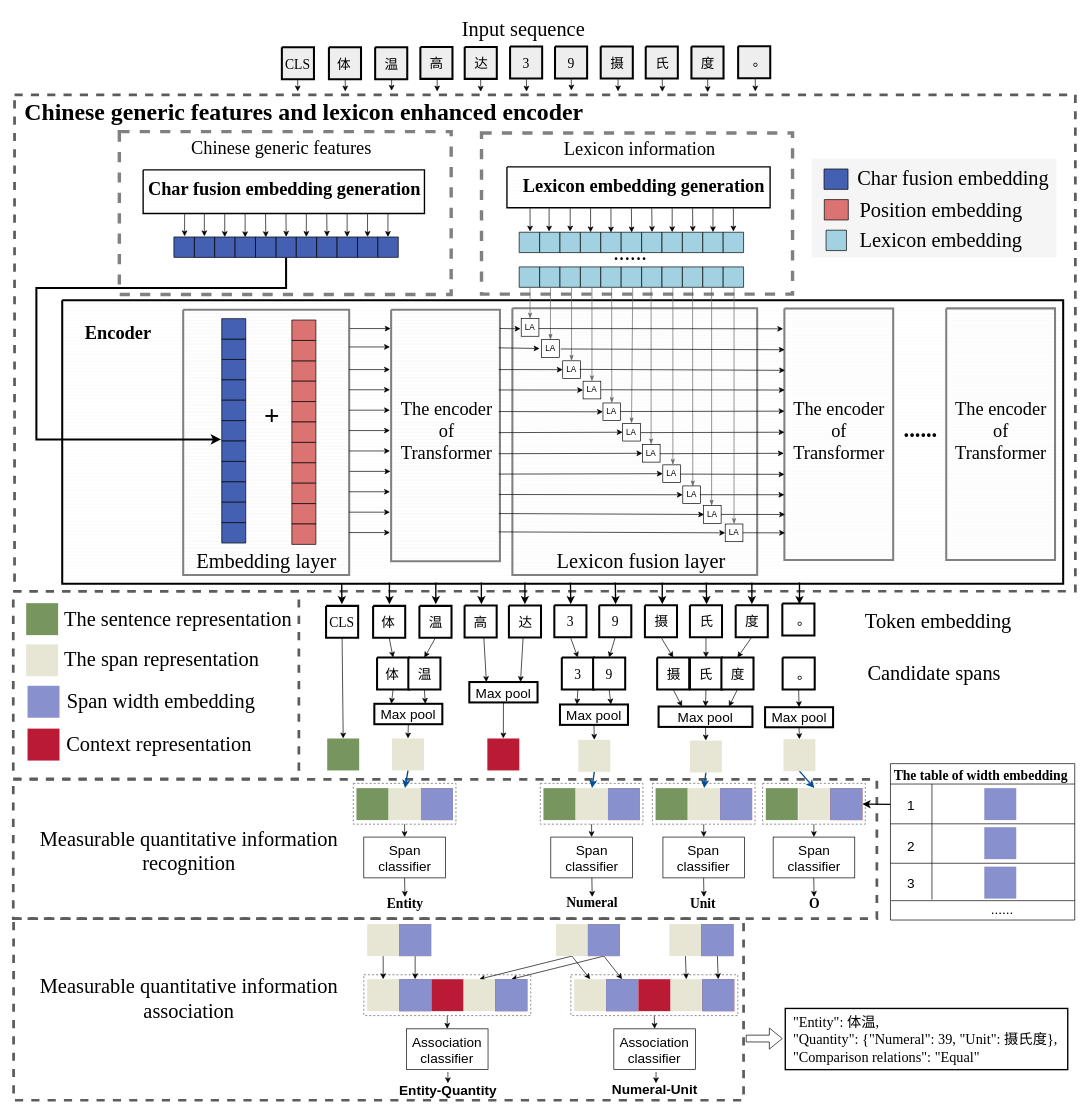
This is page "第 1 页" (1 of 5) of SCLert_model.drawio from JJackMoO/Jackert_draw, a draw.io file, before an edit. Source tidied: cells renumbered, new cells numbered last; positions are measured from the earlier drawing's top-left corner, leaving out a move shared by most shapes. Both pictures are drawn from the tidied source at 68%, with x=0, y=0 at pixel (13, 12).
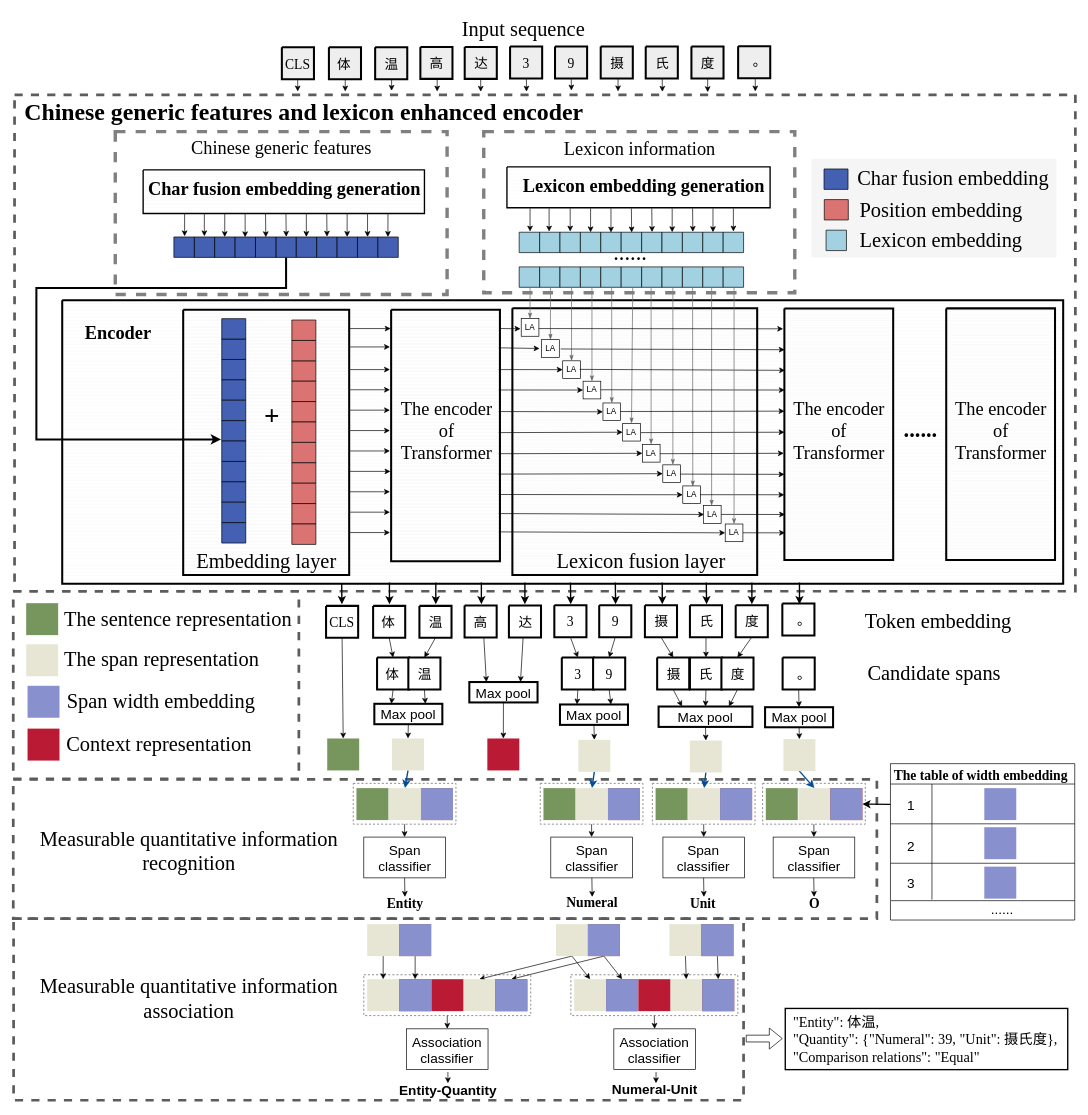
The same page after the edit.

The change refers to these unchanged cells:
```xml
<mxCell id="333" style="group;" parent="1" vertex="1">
  <mxGeometry x="1174" y="209" width="378" height="734" as="geometry" />
</mxCell>
```

Diff of the diagram source:
```diff
@@
-    <mxCell id="186" style="verticalLabelPosition=bottom;verticalAlign=top;html=1;shape=mxgraph.basic.rect;fillColor2=none;strokeWidth=5;size=20;indent=5;shadow=0;sketch=0;fillStyle=auto;fontFamily=Times New Roman;fontSize=27;fillColor=none;gradientDirection=north;dashed=1;fontColor=#333333;strokeColor=#808080;" parent="1" vertex="1">
-      <mxGeometry x="156" y="176" width="488" height="239.5" as="geometry" />
-    </mxCell>
@@
-    <mxCell id="188" style="verticalLabelPosition=bottom;verticalAlign=top;html=1;shape=mxgraph.basic.patternFillRect;fillStyle=hor;step=5;fillStrokeWidth=0.2;fillStrokeColor=#dddddd;shadow=0;sketch=0;fontFamily=Times New Roman;fontSize=27;strokeColor=#808080;strokeWidth=3;fillColor=none;gradientColor=#ffffff;gradientDirection=north;" parent="1" vertex="1">
+    <mxCell id="188" style="verticalLabelPosition=bottom;verticalAlign=top;html=1;shape=mxgraph.basic.patternFillRect;fillStyle=hor;step=5;fillStrokeWidth=0.2;fillStrokeColor=#dddddd;shadow=0;sketch=0;fontFamily=Times New Roman;fontSize=27;strokeWidth=3;fillColor=none;gradientDirection=north;" parent="1" vertex="1">
       <mxGeometry x="734" y="435.9" width="360" height="392.1" as="geometry" />
     </mxCell>
-    <mxCell id="189" style="group;" parent="1" vertex="1">
-      <mxGeometry x="726" y="228" width="445.6" height="188" as="geometry" />
-    </mxCell>
-    <mxCell id="190" style="verticalLabelPosition=bottom;verticalAlign=top;html=1;shape=mxgraph.basic.patternFillRect;fillStyle=hor;step=5;fillStrokeWidth=0.2;fillStrokeColor=#dddddd;shadow=0;sketch=0;strokeColor=#000000;gradientColor=#ffffff;gradientDirection=north;fillColor=none;strokeWidth=2;" parent="189" vertex="1">
-      <mxGeometry width="387" height="60" as="geometry" />
-    </mxCell>
-    <mxCell id="191" value="&lt;p&gt;&lt;b style=&quot;font-family: &amp;quot;Times New Roman&amp;quot;; font-size: 27px;&quot;&gt;Lexicon embedding generation&lt;/b&gt;&lt;br&gt;&lt;/p&gt;" style="text;html=1;align=center;verticalAlign=middle;fillColor=none;strokeColor=none;rounded=0;shadow=0;dashed=1;sketch=0;fillStyle=auto;" parent="189" vertex="1">
-      <mxGeometry x="10.6" y="-6" width="380" height="70" as="geometry" />
-    </mxCell>
-    <mxCell id="192" style="verticalLabelPosition=bottom;verticalAlign=top;html=1;shape=mxgraph.basic.rect;fillColor2=none;strokeWidth=5;size=20;indent=5;shadow=0;sketch=0;fillStyle=auto;fontFamily=Times New Roman;fontSize=27;fillColor=none;gradientDirection=north;dashed=1;fontColor=#333333;strokeColor=#808080;" parent="189" vertex="1">
-      <mxGeometry x="-37.4" y="-50" width="457.4" height="237" as="geometry" />
-    </mxCell>
-    <mxCell id="193" value="Lexicon information" style="text;html=1;align=center;verticalAlign=middle;fillColor=none;strokeColor=none;rounded=0;shadow=0;dashed=1;sketch=0;fillStyle=auto;fontFamily=Times New Roman;fontSize=27;" parent="189" vertex="1">
-      <mxGeometry x="74.6" y="-46" width="240" height="40" as="geometry" />
-    </mxCell>
-    <mxCell id="194" style="verticalLabelPosition=bottom;verticalAlign=top;html=1;shape=mxgraph.basic.patternFillRect;fillStyle=hor;step=5;fillStrokeWidth=0.2;fillStrokeColor=#dddddd;shadow=0;sketch=0;fontFamily=Times New Roman;fontSize=27;strokeColor=#808080;strokeWidth=3;fillColor=none;gradientColor=#ffffff;gradientDirection=north;" parent="1" vertex="1">
+    <mxCell id="194" style="verticalLabelPosition=bottom;verticalAlign=top;html=1;shape=mxgraph.basic.patternFillRect;fillStyle=hor;step=5;fillStrokeWidth=0.2;fillStrokeColor=#dddddd;shadow=0;sketch=0;fontFamily=Times New Roman;fontSize=27;strokeWidth=3;gradientDirection=north;fillColor=none;" parent="1" vertex="1">
       <mxGeometry x="249.9" y="438" width="244.1" height="390" as="geometry" />
     </mxCell>
@@
-    <mxCell id="206" style="verticalLabelPosition=bottom;verticalAlign=top;html=1;shape=mxgraph.basic.patternFillRect;fillStyle=hor;step=5;fillStrokeWidth=0.2;fillStrokeColor=#dddddd;shadow=0;sketch=0;fontFamily=Times New Roman;fontSize=27;strokeColor=#808080;strokeWidth=3;fillColor=none;gradientColor=#ffffff;gradientDirection=north;" parent="1" vertex="1">
+    <mxCell id="206" style="verticalLabelPosition=bottom;verticalAlign=top;html=1;shape=mxgraph.basic.patternFillRect;fillStyle=hor;step=5;fillStrokeWidth=0.2;fillStrokeColor=#dddddd;shadow=0;sketch=0;fontFamily=Times New Roman;fontSize=27;strokeWidth=3;gradientDirection=north;fillColor=none;" parent="1" vertex="1">
       <mxGeometry x="555.7" y="438" width="160" height="370" as="geometry" />
     </mxCell>
@@
-    <mxCell id="217" style="verticalLabelPosition=bottom;verticalAlign=top;html=1;shape=mxgraph.basic.patternFillRect;fillStyle=hor;step=5;fillStrokeWidth=0.2;fillStrokeColor=#dddddd;shadow=0;sketch=0;fontFamily=Times New Roman;fontSize=27;strokeColor=#808080;strokeWidth=3;fillColor=none;gradientColor=#ffffff;gradientDirection=north;" parent="1" vertex="1">
+    <mxCell id="217" style="verticalLabelPosition=bottom;verticalAlign=top;html=1;shape=mxgraph.basic.patternFillRect;fillStyle=hor;step=5;fillStrokeWidth=0.2;fillStrokeColor=#dddddd;shadow=0;sketch=0;fontFamily=Times New Roman;fontSize=27;strokeWidth=3;fillColor=none;gradientDirection=north;" parent="1" vertex="1">
       <mxGeometry x="1134" y="436.1" width="160" height="370" as="geometry" />
     </mxCell>
@@
     <mxCell id="261" style="group;" parent="1" vertex="1">
-      <mxGeometry x="191" y="239.9" width="428" height="64" as="geometry" />
+      <mxGeometry x="191" y="239.9" width="450.9" height="288.6" as="geometry" />
     </mxCell>
@@
-    <mxCell id="263" value="&lt;p&gt;&lt;b style=&quot;font-family: &amp;quot;Times New Roman&amp;quot;; font-size: 27px;&quot;&gt;&amp;nbsp;Char fusion embedding generation&lt;/b&gt;&lt;br&gt;&lt;/p&gt;" style="text;html=1;align=center;verticalAlign=middle;fillColor=none;strokeColor=none;rounded=0;shadow=0;dashed=1;sketch=0;fillStyle=auto;" parent="261" vertex="1">
+    <mxCell id="263" value="&lt;p&gt;&lt;b style=&quot;font-family: &amp;quot;Times New Roman&amp;quot;; font-size: 27px;&quot;&gt;&amp;nbsp;Char fusion embedding generation&lt;/b&gt;&lt;br&gt;&lt;/p&gt;" style="text;html=1;align=center;verticalAlign=middle;fillColor=none;rounded=0;shadow=0;dashed=1;sketch=0;fillStyle=auto;" parent="261" vertex="1">
       <mxGeometry x="-11.4" y="-13.9" width="430" height="70" as="geometry" />
     </mxCell>
@@
-    <mxCell id="341" style="verticalLabelPosition=bottom;verticalAlign=top;html=1;shape=mxgraph.basic.patternFillRect;fillStyle=hor;step=5;fillStrokeWidth=0.2;fillStrokeColor=#dddddd;shadow=0;sketch=0;fontFamily=Times New Roman;fontSize=27;strokeColor=#808080;strokeWidth=3;fillColor=none;gradientColor=#ffffff;gradientDirection=north;" parent="333" vertex="1">
+    <mxCell id="341" style="verticalLabelPosition=bottom;verticalAlign=top;html=1;shape=mxgraph.basic.patternFillRect;fillStyle=hor;step=5;fillStrokeWidth=0.2;fillStrokeColor=#dddddd;shadow=0;sketch=0;fontFamily=Times New Roman;fontSize=27;strokeWidth=3;fillColor=none;gradientDirection=north;" parent="333" vertex="1">
       <mxGeometry x="198" y="227" width="160" height="370" as="geometry" />
     </mxCell>
@@
+    <mxCell id="190" style="verticalLabelPosition=bottom;verticalAlign=top;html=1;shape=mxgraph.basic.patternFillRect;fillStyle=hor;step=5;fillStrokeWidth=0.2;fillStrokeColor=#dddddd;shadow=0;sketch=0;strokeColor=#000000;gradientColor=#ffffff;gradientDirection=north;fillColor=none;strokeWidth=2;" parent="1" vertex="1">
+      <mxGeometry x="726" y="228" width="387" height="60" as="geometry" />
+    </mxCell>
+    <mxCell id="191" value="&lt;p&gt;&lt;b style=&quot;font-family: &amp;quot;Times New Roman&amp;quot;; font-size: 27px;&quot;&gt;Lexicon embedding generation&lt;/b&gt;&lt;br&gt;&lt;/p&gt;" style="text;html=1;align=center;verticalAlign=middle;fillColor=none;rounded=0;shadow=0;dashed=1;sketch=0;fillStyle=auto;" parent="1" vertex="1">
+      <mxGeometry x="736.6" y="222" width="380" height="70" as="geometry" />
+    </mxCell>
+    <mxCell id="192" style="verticalLabelPosition=bottom;verticalAlign=top;html=1;shape=mxgraph.basic.rect;fillColor2=none;strokeWidth=5;size=20;indent=5;shadow=0;sketch=0;fillStyle=auto;fontFamily=Times New Roman;fontSize=27;fillColor=none;gradientDirection=north;dashed=1;fontColor=#333333;strokeColor=#808080;" parent="1" vertex="1">
+      <mxGeometry x="691.9" y="176" width="457.4" height="237" as="geometry" />
+    </mxCell>
+    <mxCell id="193" value="Lexicon information" style="text;html=1;align=center;verticalAlign=middle;fillColor=none;strokeColor=none;rounded=0;shadow=0;dashed=1;sketch=0;fillStyle=auto;fontFamily=Times New Roman;fontSize=27;" parent="1" vertex="1">
+      <mxGeometry x="800.6" y="182" width="240" height="40" as="geometry" />
+    </mxCell>
+    <mxCell id="186" style="verticalLabelPosition=bottom;verticalAlign=top;html=1;shape=mxgraph.basic.rect;fillColor2=none;strokeWidth=5;size=20;indent=5;shadow=0;sketch=0;fillStyle=auto;fontFamily=Times New Roman;fontSize=27;fillColor=none;gradientDirection=north;dashed=1;fontColor=#333333;strokeColor=#808080;" parent="1" vertex="1">
+      <mxGeometry x="150" y="176" width="488" height="239.5" as="geometry" />
+    </mxCell>
```
